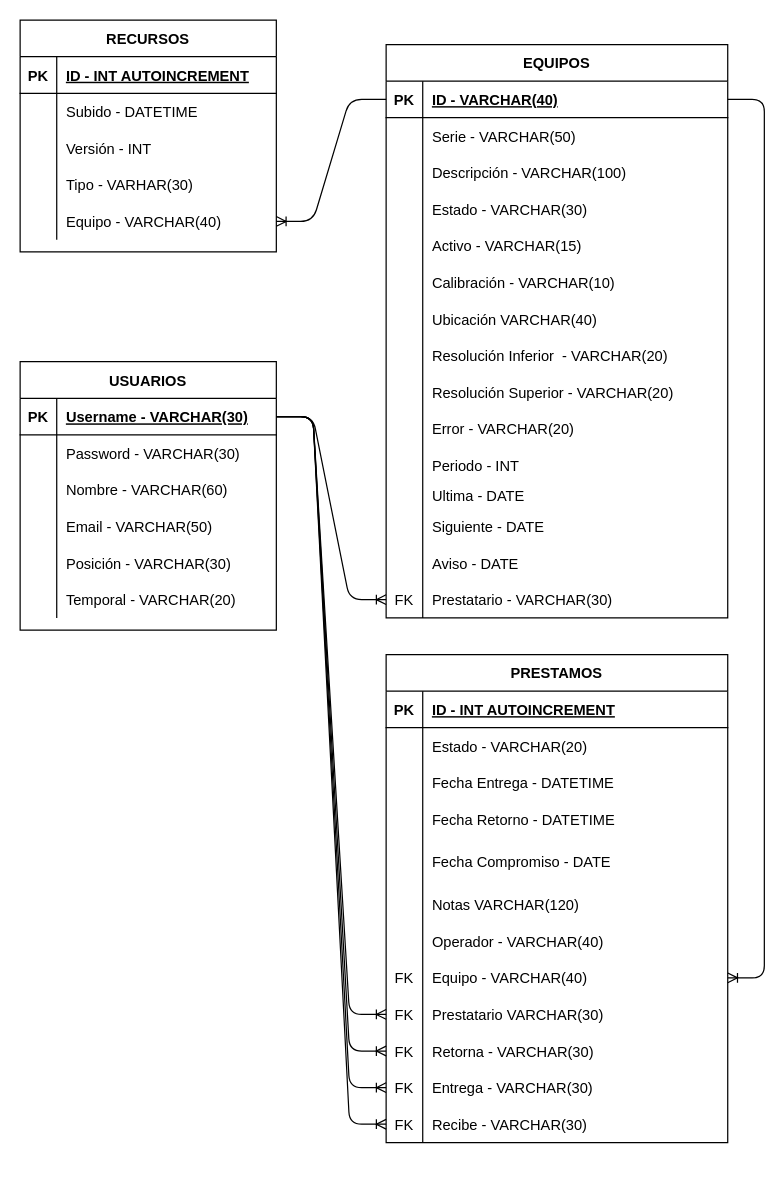
The draw.io diagram api/db/model/Untitled Diagram.drawio in FFahrenheit/Calibraciones-API, before the edit. Source tidied: cells renumbered, new cells numbered last; positions are measured from the earlier drawing's top-left corner, leaving out a move shared by most shapes. Both pictures are drawn from the tidied source at 122%, with x=0, y=0 at pixel (20, 20).
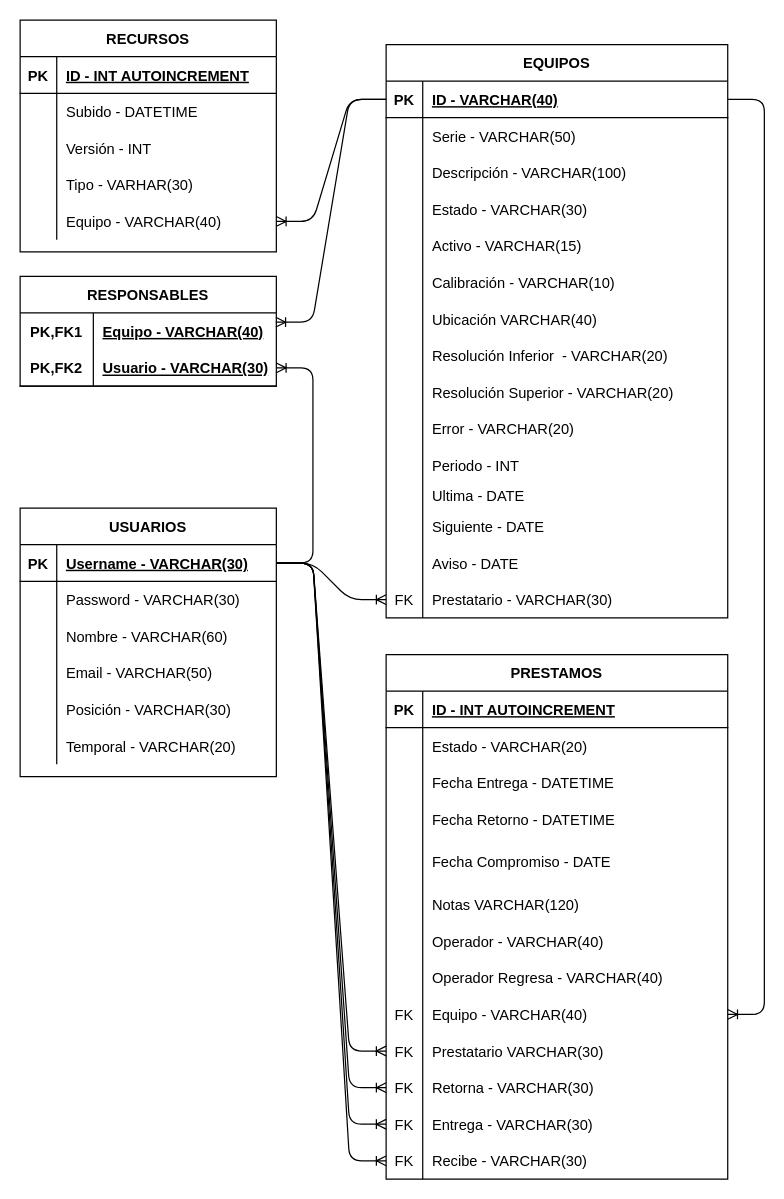
After the change.

Commit message:
Actualizado tabla prestamos, agregado de tabla responsables

Unchanged cells that the change refers to:
```xml
<mxCell id="3" style="shape=partialRectangle;fillColor=none;top=0;left=0;bottom=1;right=0;points=[[0,0.5],[1,0.5]];portConstraint=eastwest;" parent="2" vertex="1">
  <mxGeometry y="30" width="280" height="30" as="geometry" />
</mxCell>
<mxCell id="49" style="shape=partialRectangle;fillColor=none;top=0;left=0;bottom=1;right=0;points=[[0,0.5],[1,0.5]];portConstraint=eastwest;" parent="48" vertex="1">
  <mxGeometry y="30" width="210" height="30" as="geometry" />
</mxCell>
```

Diff of the diagram source:
```diff
@@
     <mxCell id="48" value="USUARIOS" style="shape=table;startSize=30;childLayout=tableLayout;rowLines=0;fontStyle=1;align=center;" parent="1" vertex="1">
-      <mxGeometry y="280" width="210" height="220" as="geometry" />
+      <mxGeometry y="400" width="210" height="220" as="geometry" />
     </mxCell>
@@
     <mxCell id="85" value="PRESTAMOS" style="shape=table;startSize=30;childLayout=tableLayout;rowLines=0;fontStyle=1;align=center;" parent="1" vertex="1">
-      <mxGeometry x="300" y="520" width="280" height="400" as="geometry" />
+      <mxGeometry x="300" y="520" width="280" height="430" as="geometry" />
     </mxCell>
@@
+    <mxCell id="127" style="shape=partialRectangle;fillColor=none;top=0;left=0;bottom=0;right=0;" parent="85" vertex="1">
+      <mxGeometry y="250" width="280" height="30" as="geometry" />
+    </mxCell>
+    <mxCell id="128" style="shape=partialRectangle;fillColor=none;top=0;left=0;bottom=0;right=0;overflow=hidden;" parent="127" vertex="1">
+      <mxGeometry width="30" height="30" as="geometry" />
+    </mxCell>
+    <mxCell id="129" value="Operador Regresa - VARCHAR(40)" style="shape=partialRectangle;fillColor=none;top=0;left=0;bottom=0;right=0;align=left;spacingLeft=6;overflow=hidden;" parent="127" vertex="1">
+      <mxGeometry x="30" width="250" height="30" as="geometry" />
+    </mxCell>
     <mxCell id="107" style="shape=partialRectangle;fillColor=none;top=0;left=0;bottom=0;right=0;points=[[0,0.5],[1,0.5]];portConstraint=eastwest;" parent="85" vertex="1">
-      <mxGeometry y="250" width="280" height="30" as="geometry" />
+      <mxGeometry y="280" width="280" height="30" as="geometry" />
     </mxCell>
@@
     <mxCell id="110" style="shape=partialRectangle;fillColor=none;top=0;left=0;bottom=0;right=0;points=[[0,0.5],[1,0.5]];portConstraint=eastwest;" parent="85" vertex="1">
-      <mxGeometry y="280" width="280" height="30" as="geometry" />
+      <mxGeometry y="310" width="280" height="30" as="geometry" />
     </mxCell>
@@
     <mxCell id="113" style="shape=partialRectangle;fillColor=none;top=0;left=0;bottom=0;right=0;points=[[0,0.5],[1,0.5]];portConstraint=eastwest;" parent="85" vertex="1">
-      <mxGeometry y="310" width="280" height="30" as="geometry" />
+      <mxGeometry y="340" width="280" height="30" as="geometry" />
     </mxCell>
@@
     <mxCell id="116" style="shape=partialRectangle;fillColor=none;top=0;left=0;bottom=0;right=0;points=[[0,0.5],[1,0.5]];portConstraint=eastwest;" parent="85" vertex="1">
-      <mxGeometry y="340" width="280" height="30" as="geometry" />
+      <mxGeometry y="370" width="280" height="30" as="geometry" />
     </mxCell>
@@
     <mxCell id="119" style="shape=partialRectangle;fillColor=none;top=0;left=0;bottom=0;right=0;points=[[0,0.5],[1,0.5]];portConstraint=eastwest;" parent="85" vertex="1">
-      <mxGeometry y="370" width="280" height="30" as="geometry" />
+      <mxGeometry y="400" width="280" height="30" as="geometry" />
     </mxCell>
@@
+    <mxCell id="130" value="RESPONSABLES" style="shape=table;startSize=30;childLayout=tableLayout;rowLines=0;fontStyle=1;align=center;" parent="1" vertex="1">
+      <mxGeometry y="210" width="210" height="90" as="geometry" />
+    </mxCell>
+    <mxCell id="131" style="shape=partialRectangle;fillColor=none;top=0;left=0;bottom=0;right=0;points=[[0,0.5],[1,0.5]];portConstraint=eastwest;" parent="130" vertex="1">
+      <mxGeometry y="30" width="210" height="30" as="geometry" />
+    </mxCell>
+    <mxCell id="132" value="PK,FK1" style="shape=partialRectangle;fillColor=none;top=0;left=0;bottom=0;right=0;fontStyle=1;overflow=hidden;" parent="131" vertex="1">
+      <mxGeometry width="60" height="30" as="geometry" />
+    </mxCell>
+    <mxCell id="133" value="Equipo - VARCHAR(40)" style="shape=partialRectangle;fillColor=none;top=0;left=0;bottom=0;right=0;align=left;spacingLeft=6;fontStyle=5;overflow=hidden;" parent="131" vertex="1">
+      <mxGeometry x="60" width="150" height="30" as="geometry" />
+    </mxCell>
+    <mxCell id="134" style="shape=partialRectangle;fillColor=none;top=0;left=0;bottom=1;right=0;points=[[0,0.5],[1,0.5]];portConstraint=eastwest;" parent="130" vertex="1">
+      <mxGeometry y="60" width="210" height="30" as="geometry" />
+    </mxCell>
+    <mxCell id="135" value="PK,FK2" style="shape=partialRectangle;fillColor=none;top=0;left=0;bottom=0;right=0;fontStyle=1;overflow=hidden;" parent="134" vertex="1">
+      <mxGeometry width="60" height="30" as="geometry" />
+    </mxCell>
+    <mxCell id="136" value="Usuario - VARCHAR(30)" style="shape=partialRectangle;fillColor=none;top=0;left=0;bottom=0;right=0;align=left;spacingLeft=6;fontStyle=5;overflow=hidden;" parent="134" vertex="1">
+      <mxGeometry x="60" width="150" height="30" as="geometry" />
+    </mxCell>
+    <mxCell id="137" style="edgeStyle=entityRelationEdgeStyle;fontSize=12;html=1;endArrow=ERoneToMany;entryX=0.998;entryY=0.253;entryDx=0;entryDy=0;exitX=0;exitY=0.5;exitDx=0;exitDy=0;entryPerimeter=0;" parent="1" edge="1" source="3" target="131">
+      <mxGeometry relative="1" as="geometry" />
+    </mxCell>
+    <mxCell id="138" style="edgeStyle=entityRelationEdgeStyle;fontSize=12;html=1;endArrow=ERoneToMany;entryX=1;entryY=0.5;entryDx=0;entryDy=0;exitX=1;exitY=0.5;exitDx=0;exitDy=0;" parent="1" edge="1" source="49" target="134">
+      <mxGeometry relative="1" as="geometry" />
+    </mxCell>
```
